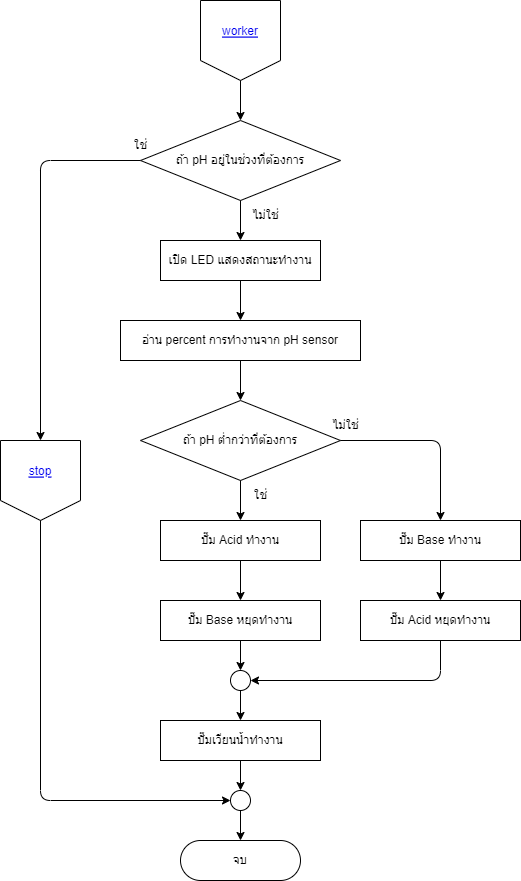
Earlier version of the draw.io export flowcharts/worker.png (thestampr/pHConditioner). Source tidied: cells renumbered, new cells last; positions are measured from the earlier drawing's top-left corner, leaving out a move shared by most shapes. Source of this version:
```xml
<mxGraphModel background="#ffffff">
  <root>
    <mxCell id="0" />
    <mxCell id="1" parent="0" />
    <mxCell id="2" style="edgeStyle=none;html=1;strokeColor=#000000;fontColor=#000000;endArrow=classic;endFill=1;" parent="1" edge="1" target="5">
      <mxGeometry relative="1" as="geometry">
        <mxPoint x="240" y="80" as="sourcePoint" />
      </mxGeometry>
    </mxCell>
    <mxCell id="3" style="edgeStyle=none;html=1;strokeColor=#000000;fontColor=#000000;endArrow=classic;endFill=1;" parent="1" edge="1" source="5">
      <mxGeometry relative="1" as="geometry">
        <mxPoint x="40" y="440" as="targetPoint" />
        <Array as="points">
          <mxPoint x="40" y="160" />
        </Array>
      </mxGeometry>
    </mxCell>
    <mxCell id="4" style="edgeStyle=none;html=1;strokeColor=#000000;fontColor=#000000;endArrow=classic;endFill=1;" parent="1" edge="1" source="5" target="39">
      <mxGeometry relative="1" as="geometry" />
    </mxCell>
    <mxCell id="5" value="ถ้า pH อยู่ในช่วงที่ต้องการ" style="rhombus;whiteSpace=wrap;html=1;fillColor=none;strokeColor=#000000;fontColor=#000000;rounded=0;labelBackgroundColor=none;comic=0;" parent="1" vertex="1">
      <mxGeometry x="140" y="120" width="200" height="80" as="geometry" />
    </mxCell>
    <mxCell id="6" style="edgeStyle=none;html=1;strokeColor=#000000;fontColor=#000000;endArrow=classic;endFill=1;" parent="1" edge="1" source="8" target="19">
      <mxGeometry relative="1" as="geometry" />
    </mxCell>
    <mxCell id="7" style="edgeStyle=none;html=1;strokeColor=#000000;fontColor=#000000;endArrow=classic;endFill=1;entryX=0.5;entryY=0;entryDx=0;entryDy=0;" parent="1" edge="1" source="8" target="23">
      <mxGeometry relative="1" as="geometry">
        <Array as="points">
          <mxPoint x="440" y="440" />
        </Array>
      </mxGeometry>
    </mxCell>
    <mxCell id="8" value="ถ้า pH ต่ำกว่าที่ต้องการ" style="rhombus;whiteSpace=wrap;html=1;fillColor=none;strokeColor=#000000;fontColor=#000000;rounded=0;labelBackgroundColor=none;comic=0;" parent="1" vertex="1">
      <mxGeometry x="140" y="400" width="200" height="80" as="geometry" />
    </mxCell>
    <mxCell id="9" style="group;rounded=0;labelBackgroundColor=none;comic=0;strokeColor=none;fontColor=#000000;fillColor=none;" parent="1" vertex="1">
      <mxGeometry y="440" width="80" height="80" as="geometry" />
    </mxCell>
    <mxCell id="10" style="edgeStyle=none;orthogonalLoop=1;jettySize=auto;html=1;strokeColor=#000000;fontColor=#000000;endArrow=none;endFill=0;" parent="9" edge="1">
      <mxGeometry relative="1" as="geometry">
        <mxPoint as="sourcePoint" />
        <mxPoint x="80" as="targetPoint" />
      </mxGeometry>
    </mxCell>
    <mxCell id="11" style="edgeStyle=none;orthogonalLoop=1;jettySize=auto;html=1;strokeColor=#000000;fontColor=#000000;endArrow=none;endFill=0;" parent="9" edge="1">
      <mxGeometry relative="1" as="geometry">
        <mxPoint x="80" as="sourcePoint" />
        <mxPoint x="80" y="60" as="targetPoint" />
      </mxGeometry>
    </mxCell>
    <mxCell id="12" style="edgeStyle=none;orthogonalLoop=1;jettySize=auto;html=1;strokeColor=#000000;fontColor=#000000;endArrow=none;endFill=0;" parent="9" edge="1">
      <mxGeometry relative="1" as="geometry">
        <mxPoint as="sourcePoint" />
        <mxPoint y="60" as="targetPoint" />
      </mxGeometry>
    </mxCell>
    <mxCell id="13" style="edgeStyle=none;orthogonalLoop=1;jettySize=auto;html=1;strokeColor=#000000;fontColor=#000000;endArrow=none;endFill=0;" parent="9" edge="1">
      <mxGeometry relative="1" as="geometry">
        <mxPoint y="60" as="sourcePoint" />
        <mxPoint x="40" y="80" as="targetPoint" />
      </mxGeometry>
    </mxCell>
    <mxCell id="14" style="edgeStyle=none;orthogonalLoop=1;jettySize=auto;html=1;strokeColor=#000000;fontColor=#000000;endArrow=none;endFill=0;" parent="9" edge="1">
      <mxGeometry relative="1" as="geometry">
        <mxPoint x="80" y="60" as="sourcePoint" />
        <mxPoint x="40" y="80" as="targetPoint" />
      </mxGeometry>
    </mxCell>
    <mxCell id="15" value="stop" style="fontColor=#0000EE;fontStyle=4;rounded=1;overflow=hidden;spacing=10;labelBackgroundColor=none;comic=0;strokeColor=none;fillColor=none;" parent="9" vertex="1">
      <mxGeometry x="5" y="10" width="70" height="40" as="geometry" />
    </mxCell>
    <mxCell id="16" style="edgeStyle=none;html=1;strokeColor=#000000;fontColor=#000000;endArrow=classic;endFill=1;" parent="1" edge="1" source="17" target="8">
      <mxGeometry relative="1" as="geometry" />
    </mxCell>
    <mxCell id="17" value="อ่าน percent การทำงานจาก pH sensor" style="whiteSpace=wrap;html=1;fillColor=none;strokeColor=#000000;fontColor=#000000;rounded=0;labelBackgroundColor=none;comic=0;" parent="1" vertex="1">
      <mxGeometry x="120" y="320" width="240" height="40" as="geometry" />
    </mxCell>
    <mxCell id="18" style="edgeStyle=none;html=1;strokeColor=#000000;fontColor=#000000;endArrow=classic;endFill=1;" parent="1" edge="1" source="19" target="21">
      <mxGeometry relative="1" as="geometry" />
    </mxCell>
    <mxCell id="19" value="ปั๊ม Acid ทำงาน" style="whiteSpace=wrap;html=1;fillColor=none;strokeColor=#000000;fontColor=#000000;rounded=0;labelBackgroundColor=none;comic=0;" parent="1" vertex="1">
      <mxGeometry x="160" y="520" width="160" height="40" as="geometry" />
    </mxCell>
    <mxCell id="20" style="edgeStyle=none;html=1;strokeColor=#000000;fontColor=#000000;endArrow=classic;endFill=1;" parent="1" edge="1" source="21" target="31">
      <mxGeometry relative="1" as="geometry" />
    </mxCell>
    <mxCell id="21" value="ปั๊ม Base หยุดทำงาน" style="whiteSpace=wrap;html=1;fillColor=none;strokeColor=#000000;fontColor=#000000;rounded=0;labelBackgroundColor=none;comic=0;" parent="1" vertex="1">
      <mxGeometry x="160" y="600" width="160" height="40" as="geometry" />
    </mxCell>
    <mxCell id="22" style="edgeStyle=none;html=1;strokeColor=#000000;fontColor=#000000;endArrow=classic;endFill=1;" parent="1" edge="1" source="23" target="25">
      <mxGeometry relative="1" as="geometry" />
    </mxCell>
    <mxCell id="23" value="ปั๊ม Base ทำงาน" style="whiteSpace=wrap;html=1;fillColor=none;strokeColor=#000000;fontColor=#000000;rounded=0;labelBackgroundColor=none;comic=0;" parent="1" vertex="1">
      <mxGeometry x="360" y="520" width="160" height="40" as="geometry" />
    </mxCell>
    <mxCell id="24" style="edgeStyle=none;html=1;strokeColor=#000000;fontColor=#000000;endArrow=classic;endFill=1;entryX=1;entryY=0.5;entryDx=0;entryDy=0;" parent="1" edge="1" source="25" target="31">
      <mxGeometry relative="1" as="geometry">
        <Array as="points">
          <mxPoint x="440" y="680" />
        </Array>
      </mxGeometry>
    </mxCell>
    <mxCell id="25" value="ปั๊ม Acid หยุดทำงาน" style="whiteSpace=wrap;html=1;fillColor=none;strokeColor=#000000;fontColor=#000000;rounded=0;labelBackgroundColor=none;comic=0;" parent="1" vertex="1">
      <mxGeometry x="360" y="600" width="160" height="40" as="geometry" />
    </mxCell>
    <mxCell id="26" value="ใช่" style="text;html=1;align=center;verticalAlign=middle;strokeColor=none;fillColor=none;fontColor=#000000;" parent="1" vertex="1">
      <mxGeometry x="120" y="130" width="40" height="30" as="geometry" />
    </mxCell>
    <mxCell id="27" value="ไม่ใช่" style="text;html=1;align=center;verticalAlign=middle;strokeColor=none;fillColor=none;fontColor=#000000;" parent="1" vertex="1">
      <mxGeometry x="240" y="200" width="50" height="30" as="geometry" />
    </mxCell>
    <mxCell id="28" value="ไม่ใช่" style="text;html=1;align=center;verticalAlign=middle;strokeColor=none;fillColor=none;fontColor=#000000;" parent="1" vertex="1">
      <mxGeometry x="320" y="410" width="50" height="30" as="geometry" />
    </mxCell>
    <mxCell id="29" value="ใช่" style="text;html=1;align=center;verticalAlign=middle;strokeColor=none;fillColor=none;fontColor=#000000;" parent="1" vertex="1">
      <mxGeometry x="240" y="480" width="40" height="30" as="geometry" />
    </mxCell>
    <mxCell id="30" style="edgeStyle=none;html=1;strokeColor=#000000;fontColor=#000000;endArrow=classic;endFill=1;" parent="1" edge="1" source="31" target="33">
      <mxGeometry relative="1" as="geometry" />
    </mxCell>
    <mxCell id="31" style="ellipse;whiteSpace=wrap;html=1;labelBackgroundColor=none;strokeColor=#000000;fontColor=#000000;fillColor=none;rounded=0;comic=0;" parent="1" vertex="1">
      <mxGeometry x="230" y="670" width="20" height="20" as="geometry" />
    </mxCell>
    <mxCell id="32" style="edgeStyle=none;html=1;strokeColor=#000000;fontColor=#000000;endArrow=classic;endFill=1;" parent="1" edge="1" source="33" target="36">
      <mxGeometry relative="1" as="geometry" />
    </mxCell>
    <mxCell id="33" value="ปั๊มเวียนน้ำทำงาน" style="whiteSpace=wrap;html=1;fillColor=none;strokeColor=#000000;fontColor=#000000;rounded=0;labelBackgroundColor=none;comic=0;" parent="1" vertex="1">
      <mxGeometry x="160" y="720" width="160" height="40" as="geometry" />
    </mxCell>
    <mxCell id="34" style="edgeStyle=none;jettySize=auto;html=1;strokeColor=#000000;fontColor=#000000;endArrow=classic;endFill=1;entryX=0;entryY=0.5;entryDx=0;entryDy=0;" parent="1" edge="1" target="36">
      <mxGeometry relative="1" as="geometry">
        <mxPoint x="40" y="520" as="sourcePoint" />
        <Array as="points">
          <mxPoint x="40" y="800" />
        </Array>
      </mxGeometry>
    </mxCell>
    <mxCell id="35" style="edgeStyle=none;html=1;strokeColor=#000000;fontColor=#000000;endArrow=classic;endFill=1;" parent="1" edge="1" source="36" target="37">
      <mxGeometry relative="1" as="geometry" />
    </mxCell>
    <mxCell id="36" style="ellipse;whiteSpace=wrap;html=1;labelBackgroundColor=none;strokeColor=#000000;fontColor=#000000;fillColor=none;rounded=0;comic=0;" parent="1" vertex="1">
      <mxGeometry x="230" y="790" width="20" height="20" as="geometry" />
    </mxCell>
    <mxCell id="37" value="จบ" style="rounded=1;whiteSpace=wrap;html=1;fontSize=12;glass=0;strokeWidth=1;shadow=0;arcSize=50;fillColor=none;strokeColor=#000000;fontColor=#000000;" parent="1" vertex="1">
      <mxGeometry x="180" y="840" width="120" height="40" as="geometry" />
    </mxCell>
    <mxCell id="38" style="edgeStyle=none;html=1;strokeColor=#000000;fontColor=#000000;endArrow=classic;endFill=1;" parent="1" edge="1" source="39" target="17">
      <mxGeometry relative="1" as="geometry" />
    </mxCell>
    <mxCell id="39" value="เปิด LED แสดงสถานะทำงาน" style="whiteSpace=wrap;html=1;fillColor=none;strokeColor=#000000;fontColor=#000000;rounded=0;labelBackgroundColor=none;comic=0;" parent="1" vertex="1">
      <mxGeometry x="160" y="240" width="160" height="40" as="geometry" />
    </mxCell>
    <mxCell id="40" style="group;rounded=0;labelBackgroundColor=none;comic=0;strokeColor=none;fontColor=#000000;fillColor=none;" parent="1" vertex="1">
      <mxGeometry x="200" width="80" height="80" as="geometry" />
    </mxCell>
    <mxCell id="41" style="edgeStyle=none;orthogonalLoop=1;jettySize=auto;html=1;strokeColor=#000000;fontColor=#000000;endArrow=none;endFill=0;" parent="40" edge="1">
      <mxGeometry relative="1" as="geometry">
        <mxPoint as="sourcePoint" />
        <mxPoint x="80" as="targetPoint" />
      </mxGeometry>
    </mxCell>
    <mxCell id="42" style="edgeStyle=none;orthogonalLoop=1;jettySize=auto;html=1;strokeColor=#000000;fontColor=#000000;endArrow=none;endFill=0;" parent="40" edge="1">
      <mxGeometry relative="1" as="geometry">
        <mxPoint x="80" as="sourcePoint" />
        <mxPoint x="80" y="60" as="targetPoint" />
      </mxGeometry>
    </mxCell>
    <mxCell id="43" style="edgeStyle=none;orthogonalLoop=1;jettySize=auto;html=1;strokeColor=#000000;fontColor=#000000;endArrow=none;endFill=0;" parent="40" edge="1">
      <mxGeometry relative="1" as="geometry">
        <mxPoint as="sourcePoint" />
        <mxPoint y="60" as="targetPoint" />
      </mxGeometry>
    </mxCell>
    <mxCell id="44" style="edgeStyle=none;orthogonalLoop=1;jettySize=auto;html=1;strokeColor=#000000;fontColor=#000000;endArrow=none;endFill=0;" parent="40" edge="1">
      <mxGeometry relative="1" as="geometry">
        <mxPoint y="60" as="sourcePoint" />
        <mxPoint x="40" y="80" as="targetPoint" />
      </mxGeometry>
    </mxCell>
    <mxCell id="45" style="edgeStyle=none;orthogonalLoop=1;jettySize=auto;html=1;strokeColor=#000000;fontColor=#000000;endArrow=none;endFill=0;" parent="40" edge="1">
      <mxGeometry relative="1" as="geometry">
        <mxPoint x="80" y="60" as="sourcePoint" />
        <mxPoint x="40" y="80" as="targetPoint" />
      </mxGeometry>
    </mxCell>
    <mxCell id="46" value="worker" style="fontColor=#0000EE;fontStyle=4;rounded=1;overflow=hidden;spacing=10;labelBackgroundColor=none;comic=0;strokeColor=none;fillColor=none;" parent="40" vertex="1">
      <mxGeometry x="5" y="10" width="70" height="40" as="geometry" />
    </mxCell>
  </root>
</mxGraphModel>
```
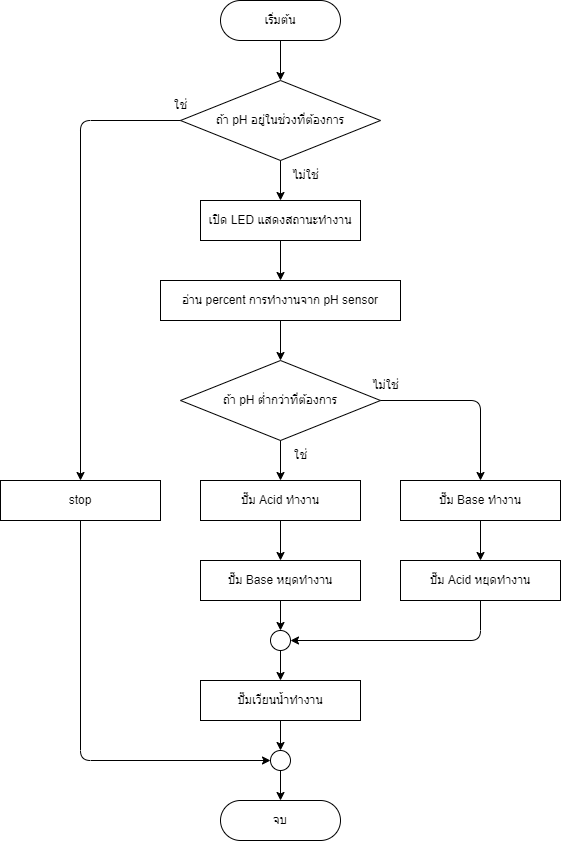
After the commit.

Change to the diagram source:
```diff
@@ -7,9 +7,8 @@
         <mxPoint x="240" y="80" as="sourcePoint" />
       </mxGeometry>
     </mxCell>
-    <mxCell id="3" style="edgeStyle=none;html=1;strokeColor=#000000;fontColor=#000000;endArrow=classic;endFill=1;" parent="1" edge="1" source="5">
+    <mxCell id="3" style="edgeStyle=none;html=1;strokeColor=#000000;fontColor=#000000;endArrow=classic;endFill=1;entryX=0.5;entryY=0;entryDx=0;entryDy=0;" parent="1" edge="1" source="5" target="15">
       <mxGeometry relative="1" as="geometry">
-        <mxPoint x="40" y="440" as="targetPoint" />
         <Array as="points">
           <mxPoint x="40" y="160" />
         </Array>
@@ -34,42 +33,6 @@
     <mxCell id="8" value="ถ้า pH ต่ำกว่าที่ต้องการ" style="rhombus;whiteSpace=wrap;html=1;fillColor=none;strokeColor=#000000;fontColor=#000000;rounded=0;labelBackgroundColor=none;comic=0;" parent="1" vertex="1">
       <mxGeometry x="140" y="400" width="200" height="80" as="geometry" />
     </mxCell>
-    <mxCell id="9" style="group;rounded=0;labelBackgroundColor=none;comic=0;strokeColor=none;fontColor=#000000;fillColor=none;" parent="1" vertex="1">
-      <mxGeometry y="440" width="80" height="80" as="geometry" />
-    </mxCell>
-    <mxCell id="10" style="edgeStyle=none;orthogonalLoop=1;jettySize=auto;html=1;strokeColor=#000000;fontColor=#000000;endArrow=none;endFill=0;" parent="9" edge="1">
-      <mxGeometry relative="1" as="geometry">
-        <mxPoint as="sourcePoint" />
-        <mxPoint x="80" as="targetPoint" />
-      </mxGeometry>
-    </mxCell>
-    <mxCell id="11" style="edgeStyle=none;orthogonalLoop=1;jettySize=auto;html=1;strokeColor=#000000;fontColor=#000000;endArrow=none;endFill=0;" parent="9" edge="1">
-      <mxGeometry relative="1" as="geometry">
-        <mxPoint x="80" as="sourcePoint" />
-        <mxPoint x="80" y="60" as="targetPoint" />
-      </mxGeometry>
-    </mxCell>
-    <mxCell id="12" style="edgeStyle=none;orthogonalLoop=1;jettySize=auto;html=1;strokeColor=#000000;fontColor=#000000;endArrow=none;endFill=0;" parent="9" edge="1">
-      <mxGeometry relative="1" as="geometry">
-        <mxPoint as="sourcePoint" />
-        <mxPoint y="60" as="targetPoint" />
-      </mxGeometry>
-    </mxCell>
-    <mxCell id="13" style="edgeStyle=none;orthogonalLoop=1;jettySize=auto;html=1;strokeColor=#000000;fontColor=#000000;endArrow=none;endFill=0;" parent="9" edge="1">
-      <mxGeometry relative="1" as="geometry">
-        <mxPoint y="60" as="sourcePoint" />
-        <mxPoint x="40" y="80" as="targetPoint" />
-      </mxGeometry>
-    </mxCell>
-    <mxCell id="14" style="edgeStyle=none;orthogonalLoop=1;jettySize=auto;html=1;strokeColor=#000000;fontColor=#000000;endArrow=none;endFill=0;" parent="9" edge="1">
-      <mxGeometry relative="1" as="geometry">
-        <mxPoint x="80" y="60" as="sourcePoint" />
-        <mxPoint x="40" y="80" as="targetPoint" />
-      </mxGeometry>
-    </mxCell>
-    <mxCell id="15" value="stop" style="fontColor=#0000EE;fontStyle=4;rounded=1;overflow=hidden;spacing=10;labelBackgroundColor=none;comic=0;strokeColor=none;fillColor=none;" parent="9" vertex="1">
-      <mxGeometry x="5" y="10" width="70" height="40" as="geometry" />
-    </mxCell>
     <mxCell id="16" style="edgeStyle=none;html=1;strokeColor=#000000;fontColor=#000000;endArrow=classic;endFill=1;" parent="1" edge="1" source="17" target="8">
       <mxGeometry relative="1" as="geometry" />
     </mxCell>
@@ -128,9 +91,8 @@
     <mxCell id="33" value="ปั๊มเวียนน้ำทำงาน" style="whiteSpace=wrap;html=1;fillColor=none;strokeColor=#000000;fontColor=#000000;rounded=0;labelBackgroundColor=none;comic=0;" parent="1" vertex="1">
       <mxGeometry x="160" y="720" width="160" height="40" as="geometry" />
     </mxCell>
-    <mxCell id="34" style="edgeStyle=none;jettySize=auto;html=1;strokeColor=#000000;fontColor=#000000;endArrow=classic;endFill=1;entryX=0;entryY=0.5;entryDx=0;entryDy=0;" parent="1" edge="1" target="36">
+    <mxCell id="34" style="edgeStyle=none;jettySize=auto;html=1;strokeColor=#000000;fontColor=#000000;endArrow=classic;endFill=1;entryX=0;entryY=0.5;entryDx=0;entryDy=0;exitX=0.5;exitY=1;exitDx=0;exitDy=0;" parent="1" edge="1" source="15" target="36">
       <mxGeometry relative="1" as="geometry">
-        <mxPoint x="40" y="520" as="sourcePoint" />
         <Array as="points">
           <mxPoint x="40" y="800" />
         </Array>
@@ -151,41 +113,11 @@
     <mxCell id="39" value="เปิด LED แสดงสถานะทำงาน" style="whiteSpace=wrap;html=1;fillColor=none;strokeColor=#000000;fontColor=#000000;rounded=0;labelBackgroundColor=none;comic=0;" parent="1" vertex="1">
       <mxGeometry x="160" y="240" width="160" height="40" as="geometry" />
     </mxCell>
-    <mxCell id="40" style="group;rounded=0;labelBackgroundColor=none;comic=0;strokeColor=none;fontColor=#000000;fillColor=none;" parent="1" vertex="1">
-      <mxGeometry x="200" width="80" height="80" as="geometry" />
-    </mxCell>
-    <mxCell id="41" style="edgeStyle=none;orthogonalLoop=1;jettySize=auto;html=1;strokeColor=#000000;fontColor=#000000;endArrow=none;endFill=0;" parent="40" edge="1">
-      <mxGeometry relative="1" as="geometry">
-        <mxPoint as="sourcePoint" />
-        <mxPoint x="80" as="targetPoint" />
-      </mxGeometry>
-    </mxCell>
-    <mxCell id="42" style="edgeStyle=none;orthogonalLoop=1;jettySize=auto;html=1;strokeColor=#000000;fontColor=#000000;endArrow=none;endFill=0;" parent="40" edge="1">
-      <mxGeometry relative="1" as="geometry">
-        <mxPoint x="80" as="sourcePoint" />
-        <mxPoint x="80" y="60" as="targetPoint" />
-      </mxGeometry>
-    </mxCell>
-    <mxCell id="43" style="edgeStyle=none;orthogonalLoop=1;jettySize=auto;html=1;strokeColor=#000000;fontColor=#000000;endArrow=none;endFill=0;" parent="40" edge="1">
-      <mxGeometry relative="1" as="geometry">
-        <mxPoint as="sourcePoint" />
-        <mxPoint y="60" as="targetPoint" />
-      </mxGeometry>
-    </mxCell>
-    <mxCell id="44" style="edgeStyle=none;orthogonalLoop=1;jettySize=auto;html=1;strokeColor=#000000;fontColor=#000000;endArrow=none;endFill=0;" parent="40" edge="1">
-      <mxGeometry relative="1" as="geometry">
-        <mxPoint y="60" as="sourcePoint" />
-        <mxPoint x="40" y="80" as="targetPoint" />
-      </mxGeometry>
-    </mxCell>
-    <mxCell id="45" style="edgeStyle=none;orthogonalLoop=1;jettySize=auto;html=1;strokeColor=#000000;fontColor=#000000;endArrow=none;endFill=0;" parent="40" edge="1">
-      <mxGeometry relative="1" as="geometry">
-        <mxPoint x="80" y="60" as="sourcePoint" />
-        <mxPoint x="40" y="80" as="targetPoint" />
-      </mxGeometry>
-    </mxCell>
-    <mxCell id="46" value="worker" style="fontColor=#0000EE;fontStyle=4;rounded=1;overflow=hidden;spacing=10;labelBackgroundColor=none;comic=0;strokeColor=none;fillColor=none;" parent="40" vertex="1">
-      <mxGeometry x="5" y="10" width="70" height="40" as="geometry" />
-    </mxCell>
+    <mxCell id="47" value="เริ่มต้น" style="rounded=1;whiteSpace=wrap;html=1;fontSize=12;glass=0;strokeWidth=1;shadow=0;arcSize=50;fillColor=none;strokeColor=#000000;fontColor=#000000;" parent="1" vertex="1">
+      <mxGeometry x="180" y="40" width="120" height="40" as="geometry" />
+    </mxCell>
+    <mxCell id="15" value="stop" style="whiteSpace=wrap;html=1;fillColor=none;strokeColor=#000000;fontColor=#000000;rounded=0;labelBackgroundColor=none;comic=0;" parent="1" vertex="1">
+      <mxGeometry x="-40" y="520" width="160" height="40" as="geometry" />
+    </mxCell>
   </root>
 </mxGraphModel>
```
